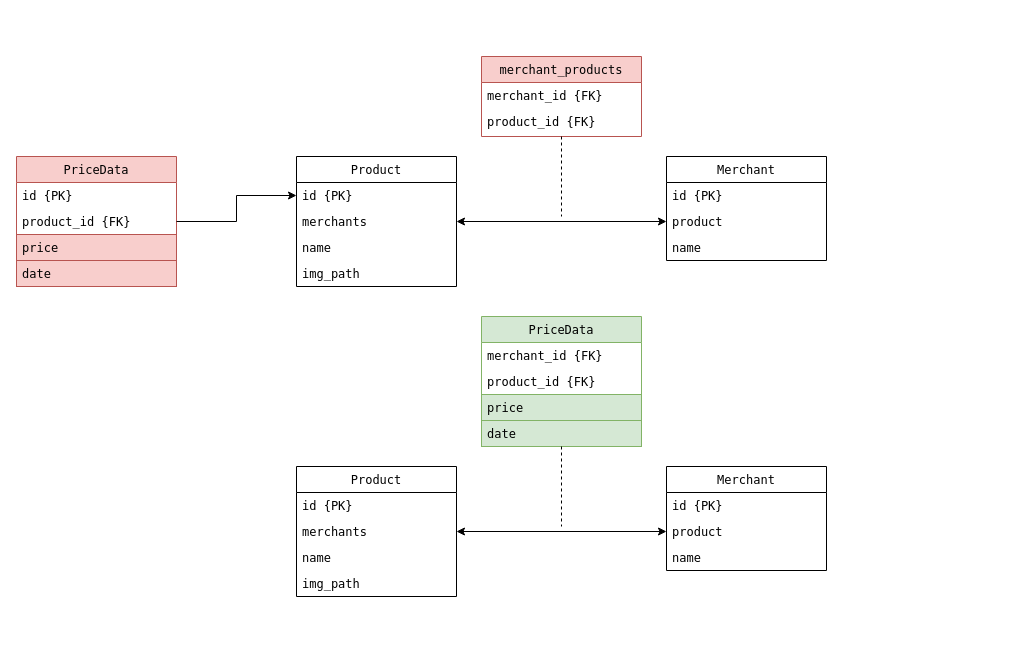
Earlier version of the draw.io diagram app/static/mockup/draw-io-file/DB-modal.drawio (Kaichao-Zheng/CITS5505-GroupProject). Source tidied: cells renumbered, new cells numbered last; positions are measured from the earlier drawing's top-left corner, leaving out a move shared by most shapes. Both pictures are drawn from the tidied source at 100%, with x=0, y=0 at pixel (16, 56).
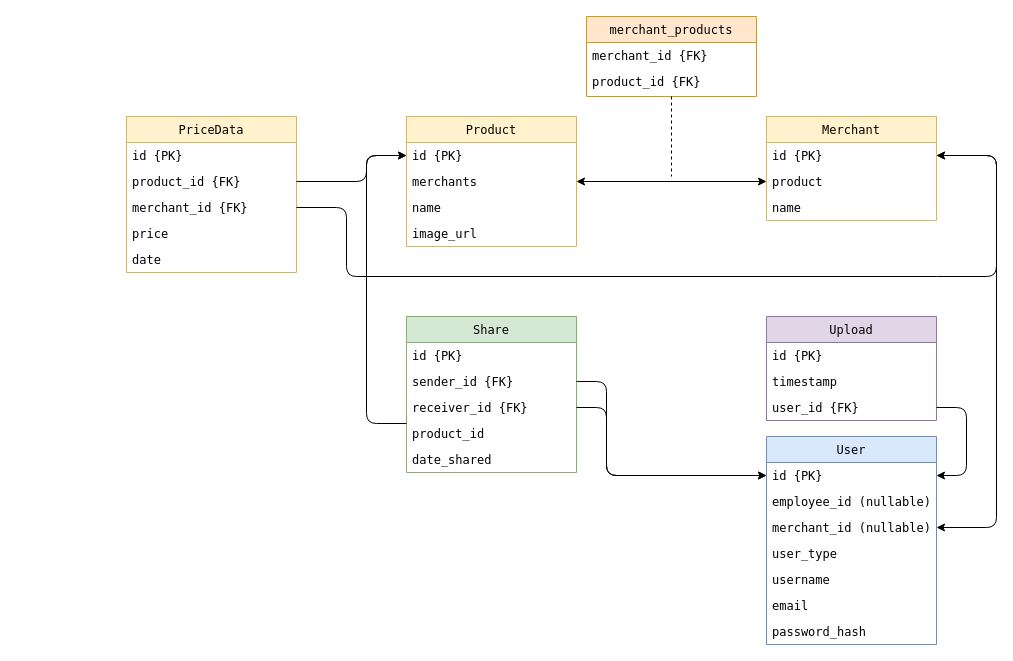
Above is the later version.

The edit, as a diff of the source:
```diff
@@
-    <mxCell id="2" value="Product" style="swimlane;fontStyle=0;align=center;verticalAlign=top;horizontal=1;startSize=26;rounded=0;shadow=0;strokeWidth=1;fontFamily=Lucida Console;" parent="1" vertex="1">
-      <mxGeometry x="280" y="100" width="160" height="130" as="geometry" />
+    <mxCell id="2" value="Product" style="swimlane;fontStyle=0;align=center;verticalAlign=top;horizontal=1;startSize=26;rounded=0;shadow=0;strokeWidth=1;fontFamily=Lucida Console;fillColor=#fff2cc;strokeColor=#d6b656;" parent="1" vertex="1">
+      <mxGeometry x="390" y="60" width="170" height="130" as="geometry" />
     </mxCell>
     <mxCell id="3" value="id {PK}" style="text;align=left;verticalAlign=top;spacingLeft=4;spacingRight=4;overflow=hidden;points=[[0,0.5],[1,0.5]];portConstraint=eastwest;fontFamily=Lucida Console;" parent="2" vertex="1">
-      <mxGeometry y="26" width="160" height="26" as="geometry" />
+      <mxGeometry y="26" width="170" height="26" as="geometry" />
     </mxCell>
     <mxCell id="4" value="merchants" style="text;align=left;verticalAlign=top;spacingLeft=4;spacingRight=4;overflow=hidden;points=[[0,0.5],[1,0.5]];portConstraint=eastwest;rounded=0;shadow=0;html=0;fontFamily=Lucida Console;" parent="2" vertex="1">
-      <mxGeometry y="52" width="160" height="26" as="geometry" />
+      <mxGeometry y="52" width="170" height="26" as="geometry" />
     </mxCell>
     <mxCell id="5" value="name" style="text;align=left;verticalAlign=top;spacingLeft=4;spacingRight=4;overflow=hidden;rounded=0;shadow=0;html=0;fontFamily=Lucida Console;" parent="2" vertex="1">
-      <mxGeometry y="78" width="160" height="26" as="geometry" />
+      <mxGeometry y="78" width="170" height="26" as="geometry" />
     </mxCell>
-    <mxCell id="6" value="img_path" style="text;align=left;verticalAlign=top;spacingLeft=4;spacingRight=4;overflow=hidden;rounded=0;shadow=0;html=0;fontFamily=Lucida Console;" parent="2" vertex="1">
-      <mxGeometry y="104" width="160" height="26" as="geometry" />
+    <mxCell id="6" value="image_url" style="text;align=left;verticalAlign=top;spacingLeft=4;spacingRight=4;overflow=hidden;rounded=0;shadow=0;html=0;fontFamily=Lucida Console;" parent="2" vertex="1">
+      <mxGeometry y="104" width="170" height="26" as="geometry" />
     </mxCell>
-    <mxCell id="7" value="Merchant" style="swimlane;fontStyle=0;align=center;verticalAlign=top;horizontal=1;startSize=26;rounded=0;shadow=0;strokeWidth=1;fontFamily=Lucida Console;" parent="1" vertex="1">
-      <mxGeometry x="650" y="100" width="160" height="104" as="geometry" />
+    <mxCell id="7" value="Merchant" style="swimlane;fontStyle=0;align=center;verticalAlign=top;horizontal=1;startSize=26;rounded=0;shadow=0;strokeWidth=1;fontFamily=Lucida Console;fillColor=#fff2cc;strokeColor=#d6b656;" parent="1" vertex="1">
+      <mxGeometry x="750" y="60" width="170" height="104" as="geometry" />
     </mxCell>
     <mxCell id="8" value="id {PK}" style="text;align=left;verticalAlign=top;spacingLeft=4;spacingRight=4;overflow=hidden;points=[[0,0.5],[1,0.5]];portConstraint=eastwest;fontFamily=Lucida Console;" parent="7" vertex="1">
-      <mxGeometry y="26" width="160" height="26" as="geometry" />
+      <mxGeometry y="26" width="170" height="26" as="geometry" />
     </mxCell>
     <mxCell id="9" value="product" style="text;align=left;verticalAlign=top;spacingLeft=4;spacingRight=4;overflow=hidden;points=[[0,0.5],[1,0.5]];portConstraint=eastwest;rounded=0;shadow=0;html=0;fontFamily=Lucida Console;" parent="7" vertex="1">
-      <mxGeometry y="52" width="160" height="26" as="geometry" />
+      <mxGeometry y="52" width="170" height="26" as="geometry" />
     </mxCell>
     <mxCell id="10" value="name" style="text;align=left;verticalAlign=top;spacingLeft=4;spacingRight=4;overflow=hidden;rounded=0;shadow=0;html=0;fontFamily=Lucida Console;" parent="7" vertex="1">
-      <mxGeometry y="78" width="160" height="26" as="geometry" />
+      <mxGeometry y="78" width="170" height="26" as="geometry" />
     </mxCell>
-    <mxCell id="11" value="merchant_products" style="swimlane;fontStyle=0;align=center;verticalAlign=top;horizontal=1;startSize=26;rounded=0;shadow=0;strokeWidth=1;fontFamily=Lucida Console;fillColor=#f8cecc;strokeColor=#b85450;" parent="1" vertex="1">
-      <mxGeometry x="465" width="160" height="80" as="geometry" />
+    <mxCell id="11" value="merchant_products" style="swimlane;fontStyle=0;align=center;verticalAlign=top;horizontal=1;startSize=26;rounded=0;shadow=0;strokeWidth=1;fontFamily=Lucida Console;fillColor=#ffe6cc;strokeColor=#d79b00;" parent="1" vertex="1">
+      <mxGeometry x="570" y="-40" width="170" height="80" as="geometry" />
     </mxCell>
     <mxCell id="12" value="merchant_id {FK}" style="text;align=left;verticalAlign=top;spacingLeft=4;spacingRight=4;overflow=hidden;fontFamily=Lucida Console;" parent="11" vertex="1">
-      <mxGeometry y="26" width="160" height="26" as="geometry" />
+      <mxGeometry y="26" width="170" height="26" as="geometry" />
     </mxCell>
     <mxCell id="13" value="product_id {FK}" style="text;align=left;verticalAlign=top;spacingLeft=4;spacingRight=4;overflow=hidden;fontFamily=Lucida Console;" parent="11" vertex="1">
-      <mxGeometry y="52" width="160" height="26" as="geometry" />
+      <mxGeometry y="52" width="170" height="26" as="geometry" />
     </mxCell>
@@
     <mxCell id="15" style="endArrow=none;dashed=1;html=1;rounded=0;" parent="1" edge="1" source="11">
       <mxGeometry relative="1" as="geometry">
-        <mxPoint x="545" y="160" as="targetPoint" />
+        <mxPoint x="655" y="120" as="targetPoint" />
       </mxGeometry>
     </mxCell>
-    <mxCell id="16" value="PriceData" style="swimlane;fontStyle=0;align=center;verticalAlign=top;horizontal=1;startSize=26;rounded=0;shadow=0;strokeWidth=1;fontFamily=Lucida Console;fillColor=#f8cecc;strokeColor=#b85450;" parent="1" vertex="1">
-      <mxGeometry y="100" width="160" height="130" as="geometry" />
+    <mxCell id="16" value="PriceData" style="swimlane;fontStyle=0;align=center;verticalAlign=top;horizontal=1;startSize=26;rounded=0;shadow=0;strokeWidth=1;fontFamily=Lucida Console;fillColor=#fff2cc;strokeColor=#d6b656;" parent="1" vertex="1">
+      <mxGeometry x="110" y="60" width="170" height="156" as="geometry" />
     </mxCell>
     <mxCell id="17" value="id {PK}" style="text;align=left;verticalAlign=top;spacingLeft=4;spacingRight=4;overflow=hidden;fontFamily=Lucida Console;" parent="16" vertex="1">
-      <mxGeometry y="26" width="160" height="26" as="geometry" />
+      <mxGeometry y="26" width="170" height="26" as="geometry" />
     </mxCell>
     <mxCell id="18" value="product_id {FK}" style="text;align=left;verticalAlign=top;spacingLeft=4;spacingRight=4;overflow=hidden;points=[[0,0.5],[1,0.5]];portConstraint=eastwest;rounded=0;shadow=0;html=0;fontFamily=Lucida Console;" parent="16" vertex="1">
-      <mxGeometry y="52" width="160" height="26" as="geometry" />
+      <mxGeometry y="52" width="170" height="26" as="geometry" />
     </mxCell>
+    <mxCell id="32" value="merchant_id {FK}" style="text;align=left;verticalAlign=top;spacingLeft=4;spacingRight=4;overflow=hidden;points=[[0,0.5],[1,0.5]];portConstraint=eastwest;rounded=0;shadow=0;html=0;fontFamily=Lucida Console;" parent="16" vertex="1">
+      <mxGeometry y="78" width="170" height="26" as="geometry" />
+    </mxCell>
-    <mxCell id="19" value="price" style="text;align=left;verticalAlign=top;spacingLeft=4;spacingRight=4;overflow=hidden;rounded=0;shadow=0;html=0;fontFamily=Lucida Console;fillColor=#f8cecc;strokeColor=#b85450;" parent="16" vertex="1">
-      <mxGeometry y="78" width="160" height="26" as="geometry" />
+    <mxCell id="19" value="price" style="text;align=left;verticalAlign=top;spacingLeft=4;spacingRight=4;overflow=hidden;rounded=0;shadow=0;html=0;fontFamily=Lucida Console;" parent="16" vertex="1">
+      <mxGeometry y="104" width="170" height="26" as="geometry" />
     </mxCell>
-    <mxCell id="20" value="date" style="text;align=left;verticalAlign=top;spacingLeft=4;spacingRight=4;overflow=hidden;rounded=0;shadow=0;html=0;fontFamily=Lucida Console;fillColor=#f8cecc;strokeColor=#b85450;" parent="16" vertex="1">
-      <mxGeometry y="104" width="160" height="26" as="geometry" />
+    <mxCell id="20" value="date" style="text;align=left;verticalAlign=top;spacingLeft=4;spacingRight=4;overflow=hidden;rounded=0;shadow=0;html=0;fontFamily=Lucida Console;" parent="16" vertex="1">
+      <mxGeometry y="130" width="170" height="26" as="geometry" />
     </mxCell>
-    <mxCell id="21" style="endArrow=classic;html=1;rounded=0;edgeStyle=elbowEdgeStyle;" parent="1" edge="1" source="18" target="3">
-      <mxGeometry relative="1" as="geometry" />
+    <mxCell id="21" style="endArrow=classic;html=1;rounded=1;edgeStyle=elbowEdgeStyle;curved=0;entryX=0;entryY=0.5;entryDx=0;entryDy=0;" parent="1" edge="1" source="18" target="3">
+      <mxGeometry relative="1" as="geometry">
+        <Array as="points">
+          <mxPoint x="350" y="110" />
+        </Array>
+      </mxGeometry>
     </mxCell>
-    <mxCell id="22" value="Product" style="swimlane;fontStyle=0;align=center;verticalAlign=top;horizontal=1;startSize=26;rounded=0;shadow=0;strokeWidth=1;fontFamily=Lucida Console;" parent="1" vertex="1">
-      <mxGeometry x="280" y="410" width="160" height="130" as="geometry" />
-    </mxCell>
-    <mxCell id="23" value="id {PK}" style="text;align=left;verticalAlign=top;spacingLeft=4;spacingRight=4;overflow=hidden;fontFamily=Lucida Console;" parent="22" vertex="1">
-      <mxGeometry y="26" width="160" height="26" as="geometry" />
-    </mxCell>
-    <mxCell id="24" value="merchants" style="text;align=left;verticalAlign=top;spacingLeft=4;spacingRight=4;overflow=hidden;points=[[0,0.5],[1,0.5]];portConstraint=eastwest;rounded=0;shadow=0;html=0;fontFamily=Lucida Console;" parent="22" vertex="1">
-      <mxGeometry y="52" width="160" height="26" as="geometry" />
-    </mxCell>
-    <mxCell id="25" value="name" style="text;align=left;verticalAlign=top;spacingLeft=4;spacingRight=4;overflow=hidden;rounded=0;shadow=0;html=0;fontFamily=Lucida Console;" parent="22" vertex="1">
-      <mxGeometry y="78" width="160" height="26" as="geometry" />
-    </mxCell>
-    <mxCell id="26" value="img_path" style="text;align=left;verticalAlign=top;spacingLeft=4;spacingRight=4;overflow=hidden;rounded=0;shadow=0;html=0;fontFamily=Lucida Console;" parent="22" vertex="1">
-      <mxGeometry y="104" width="160" height="26" as="geometry" />
-    </mxCell>
-    <mxCell id="27" value="Merchant" style="swimlane;fontStyle=0;align=center;verticalAlign=top;horizontal=1;startSize=26;rounded=0;shadow=0;strokeWidth=1;fontFamily=Lucida Console;" parent="1" vertex="1">
-      <mxGeometry x="650" y="410" width="160" height="104" as="geometry" />
-    </mxCell>
-    <mxCell id="28" value="id {PK}" style="text;align=left;verticalAlign=top;spacingLeft=4;spacingRight=4;overflow=hidden;fontFamily=Lucida Console;" parent="27" vertex="1">
-      <mxGeometry y="26" width="160" height="26" as="geometry" />
-    </mxCell>
-    <mxCell id="29" value="product" style="text;align=left;verticalAlign=top;spacingLeft=4;spacingRight=4;overflow=hidden;points=[[0,0.5],[1,0.5]];portConstraint=eastwest;rounded=0;shadow=0;html=0;fontFamily=Lucida Console;" parent="27" vertex="1">
-      <mxGeometry y="52" width="160" height="26" as="geometry" />
-    </mxCell>
-    <mxCell id="30" value="name" style="text;align=left;verticalAlign=top;spacingLeft=4;spacingRight=4;overflow=hidden;rounded=0;shadow=0;html=0;fontFamily=Lucida Console;" parent="27" vertex="1">
-      <mxGeometry y="78" width="160" height="26" as="geometry" />
-    </mxCell>
-    <mxCell id="31" value="PriceData" style="swimlane;fontStyle=0;align=center;verticalAlign=top;horizontal=1;startSize=26;rounded=0;shadow=0;strokeWidth=1;fontFamily=Lucida Console;fillColor=#d5e8d4;strokeColor=#82b366;" parent="1" vertex="1">
-      <mxGeometry x="465" y="260" width="160" height="130" as="geometry" />
-    </mxCell>
-    <mxCell id="32" value="merchant_id {FK}" style="text;align=left;verticalAlign=top;spacingLeft=4;spacingRight=4;overflow=hidden;points=[[0,0.5],[1,0.5]];portConstraint=eastwest;fontFamily=Lucida Console;" parent="31" vertex="1">
-      <mxGeometry y="26" width="160" height="26" as="geometry" />
-    </mxCell>
-    <mxCell id="33" value="product_id {FK}" style="text;align=left;verticalAlign=top;spacingLeft=4;spacingRight=4;overflow=hidden;fontFamily=Lucida Console;" parent="31" vertex="1">
-      <mxGeometry y="52" width="160" height="26" as="geometry" />
-    </mxCell>
-    <mxCell id="34" value="price" style="text;align=left;verticalAlign=top;spacingLeft=4;spacingRight=4;overflow=hidden;rounded=0;shadow=0;html=0;fontFamily=Lucida Console;fillColor=#d5e8d4;strokeColor=#82b366;" parent="31" vertex="1">
-      <mxGeometry y="78" width="160" height="26" as="geometry" />
-    </mxCell>
-    <mxCell id="35" value="date" style="text;align=left;verticalAlign=top;spacingLeft=4;spacingRight=4;overflow=hidden;rounded=0;shadow=0;html=0;fontFamily=Lucida Console;fillColor=#d5e8d4;strokeColor=#82b366;" parent="31" vertex="1">
-      <mxGeometry y="104" width="160" height="26" as="geometry" />
-    </mxCell>
-    <mxCell id="36" style="endArrow=classic;html=1;rounded=0;startArrow=classic;startFill=1;" parent="1" edge="1" source="24" target="29">
-      <mxGeometry relative="1" as="geometry" />
-    </mxCell>
-    <mxCell id="37" style="endArrow=none;dashed=1;html=1;rounded=0;" parent="1" edge="1" source="31">
-      <mxGeometry relative="1" as="geometry">
-        <mxPoint x="545" y="470" as="targetPoint" />
-      </mxGeometry>
-    </mxCell>
+    <mxCell id="38" value="User" style="swimlane;fontStyle=0;align=center;verticalAlign=top;horizontal=1;startSize=26;rounded=0;shadow=0;strokeWidth=1;fontFamily=Lucida Console;fillColor=#dae8fc;strokeColor=#6c8ebf;" parent="1" vertex="1">
+      <mxGeometry x="750" y="380" width="170" height="208" as="geometry" />
+    </mxCell>
+    <mxCell id="39" value="id {PK}" style="text;align=left;verticalAlign=top;spacingLeft=4;spacingRight=4;overflow=hidden;points=[[0,0.5],[1,0.5]];portConstraint=eastwest;fontFamily=Lucida Console;" parent="38" vertex="1">
+      <mxGeometry y="26" width="170" height="26" as="geometry" />
+    </mxCell>
+    <mxCell id="40" value="employee_id (nullable)" style="text;align=left;verticalAlign=top;spacingLeft=4;spacingRight=4;overflow=hidden;rounded=0;shadow=0;html=0;fontFamily=Lucida Console;" parent="38" vertex="1">
+      <mxGeometry y="52" width="170" height="26" as="geometry" />
+    </mxCell>
+    <mxCell id="41" value="merchant_id (nullable)" style="text;align=left;verticalAlign=top;spacingLeft=4;spacingRight=4;overflow=hidden;points=[[0,0.5],[1,0.5]];portConstraint=eastwest;rounded=0;shadow=0;html=0;fontFamily=Lucida Console;" parent="38" vertex="1">
+      <mxGeometry y="78" width="170" height="26" as="geometry" />
+    </mxCell>
+    <mxCell id="42" value="user_type" style="text;align=left;verticalAlign=top;spacingLeft=4;spacingRight=4;overflow=hidden;rounded=0;shadow=0;html=0;fontFamily=Lucida Console;" parent="38" vertex="1">
+      <mxGeometry y="104" width="170" height="26" as="geometry" />
+    </mxCell>
+    <mxCell id="43" value="username" style="text;align=left;verticalAlign=top;spacingLeft=4;spacingRight=4;overflow=hidden;rounded=0;shadow=0;html=0;fontFamily=Lucida Console;" parent="38" vertex="1">
+      <mxGeometry y="130" width="170" height="26" as="geometry" />
+    </mxCell>
+    <mxCell id="44" value="email" style="text;align=left;verticalAlign=top;spacingLeft=4;spacingRight=4;overflow=hidden;rounded=0;shadow=0;html=0;fontFamily=Lucida Console;" parent="38" vertex="1">
+      <mxGeometry y="156" width="170" height="26" as="geometry" />
+    </mxCell>
+    <mxCell id="45" value="password_hash" style="text;align=left;verticalAlign=top;spacingLeft=4;spacingRight=4;overflow=hidden;rounded=0;shadow=0;html=0;fontFamily=Lucida Console;" parent="38" vertex="1">
+      <mxGeometry y="182" width="170" height="26" as="geometry" />
+    </mxCell>
+    <mxCell id="46" style="endArrow=classic;startArrow=classic;html=1;rounded=1;edgeStyle=elbowEdgeStyle;" parent="1" edge="1" source="41" target="8">
+      <mxGeometry relative="1" as="geometry">
+        <Array as="points">
+          <mxPoint x="980" y="290" />
+        </Array>
+      </mxGeometry>
+    </mxCell>
+    <mxCell id="47" style="endArrow=none;html=1;rounded=1;edgeStyle=elbowEdgeStyle;startFill=0;" parent="1" edge="1" source="32">
+      <mxGeometry relative="1" as="geometry">
+        <mxPoint x="920" y="220" as="targetPoint" />
+        <Array as="points">
+          <mxPoint x="330" y="190" />
+        </Array>
+      </mxGeometry>
+    </mxCell>
+    <mxCell id="48" style="endArrow=classic;html=1;rounded=1;edgeStyle=elbowEdgeStyle;startFill=0;endFill=1;" parent="1" edge="1" target="8">
+      <mxGeometry relative="1" as="geometry">
+        <mxPoint x="920" y="220" as="sourcePoint" />
+        <Array as="points">
+          <mxPoint x="980" y="160" />
+        </Array>
+      </mxGeometry>
+    </mxCell>
+    <mxCell id="49" value="Upload" style="swimlane;fontStyle=0;align=center;verticalAlign=top;horizontal=1;startSize=26;rounded=0;shadow=0;strokeWidth=1;fontFamily=Lucida Console;fillColor=#e1d5e7;strokeColor=#9673a6;" parent="1" vertex="1">
+      <mxGeometry x="750" y="260" width="170" height="104" as="geometry" />
+    </mxCell>
+    <mxCell id="50" value="id {PK}" style="text;align=left;verticalAlign=top;spacingLeft=4;spacingRight=4;overflow=hidden;fontFamily=Lucida Console;" parent="49" vertex="1">
+      <mxGeometry y="26" width="170" height="26" as="geometry" />
+    </mxCell>
+    <mxCell id="51" value="timestamp" style="text;align=left;verticalAlign=top;spacingLeft=4;spacingRight=4;overflow=hidden;rounded=0;shadow=0;html=0;fontFamily=Lucida Console;" parent="49" vertex="1">
+      <mxGeometry y="52" width="170" height="26" as="geometry" />
+    </mxCell>
+    <mxCell id="52" value="user_id {FK}" style="text;align=left;verticalAlign=top;spacingLeft=4;spacingRight=4;overflow=hidden;points=[[0,0.5],[1,0.5]];portConstraint=eastwest;rounded=0;shadow=0;html=0;fontFamily=Lucida Console;" parent="49" vertex="1">
+      <mxGeometry y="78" width="170" height="26" as="geometry" />
+    </mxCell>
+    <mxCell id="53" style="endArrow=classic;html=1;rounded=1;edgeStyle=elbowEdgeStyle;" parent="1" edge="1" source="52" target="39">
+      <mxGeometry relative="1" as="geometry">
+        <Array as="points">
+          <mxPoint x="950" y="390" />
+        </Array>
+      </mxGeometry>
+    </mxCell>
+    <mxCell id="54" value="Share" style="swimlane;fontStyle=0;align=center;verticalAlign=top;horizontal=1;startSize=26;rounded=0;shadow=0;strokeWidth=1;fontFamily=Lucida Console;fillColor=#d5e8d4;strokeColor=#82b366;" parent="1" vertex="1">
+      <mxGeometry x="390" y="260" width="170" height="156" as="geometry" />
+    </mxCell>
+    <mxCell id="55" value="id {PK}" style="text;align=left;verticalAlign=top;spacingLeft=4;spacingRight=4;overflow=hidden;fontFamily=Lucida Console;" parent="54" vertex="1">
+      <mxGeometry y="26" width="170" height="26" as="geometry" />
+    </mxCell>
+    <mxCell id="56" value="sender_id {FK}" style="text;align=left;verticalAlign=top;spacingLeft=4;spacingRight=4;overflow=hidden;points=[[0,0.5],[1,0.5]];portConstraint=eastwest;rounded=0;shadow=0;html=0;fontFamily=Lucida Console;" parent="54" vertex="1">
+      <mxGeometry y="52" width="170" height="26" as="geometry" />
+    </mxCell>
+    <mxCell id="57" value="receiver_id {FK}" style="text;align=left;verticalAlign=top;spacingLeft=4;spacingRight=4;overflow=hidden;points=[[0,0.5],[1,0.5]];portConstraint=eastwest;rounded=0;shadow=0;html=0;fontFamily=Lucida Console;" parent="54" vertex="1">
+      <mxGeometry y="78" width="170" height="26" as="geometry" />
+    </mxCell>
+    <mxCell id="58" value="product_id" style="text;align=left;verticalAlign=top;spacingLeft=4;spacingRight=4;overflow=hidden;points=[[0,0.5],[1,0.5]];portConstraint=eastwest;rounded=0;shadow=0;html=0;fontFamily=Lucida Console;" parent="54" vertex="1">
+      <mxGeometry y="104" width="170" height="26" as="geometry" />
+    </mxCell>
+    <mxCell id="59" value="date_shared" style="text;align=left;verticalAlign=top;spacingLeft=4;spacingRight=4;overflow=hidden;rounded=0;shadow=0;html=0;fontFamily=Lucida Console;" parent="54" vertex="1">
+      <mxGeometry y="130" width="170" height="26" as="geometry" />
+    </mxCell>
+    <mxCell id="60" style="endArrow=classic;html=1;rounded=1;edgeStyle=elbowEdgeStyle;entryX=0;entryY=0.5;entryDx=0;entryDy=0;" parent="1" edge="1" source="56" target="39">
+      <mxGeometry relative="1" as="geometry">
+        <Array as="points">
+          <mxPoint x="590" y="380" />
+        </Array>
+      </mxGeometry>
+    </mxCell>
+    <mxCell id="61" style="endArrow=classic;html=1;rounded=1;edgeStyle=elbowEdgeStyle;exitX=1;exitY=0.5;exitDx=0;exitDy=0;" parent="1" edge="1" source="57" target="39">
+      <mxGeometry relative="1" as="geometry">
+        <Array as="points">
+          <mxPoint x="590" y="390" />
+        </Array>
+      </mxGeometry>
+    </mxCell>
+    <mxCell id="62" style="endArrow=classic;html=1;rounded=1;edgeStyle=orthogonalEdgeStyle;entryX=0;entryY=0.5;entryDx=0;entryDy=0;elbow=vertical;" parent="1" edge="1" source="58" target="3">
+      <mxGeometry relative="1" as="geometry">
+        <Array as="points">
+          <mxPoint x="350" y="367" />
+          <mxPoint x="350" y="99" />
+        </Array>
+      </mxGeometry>
+    </mxCell>
```
